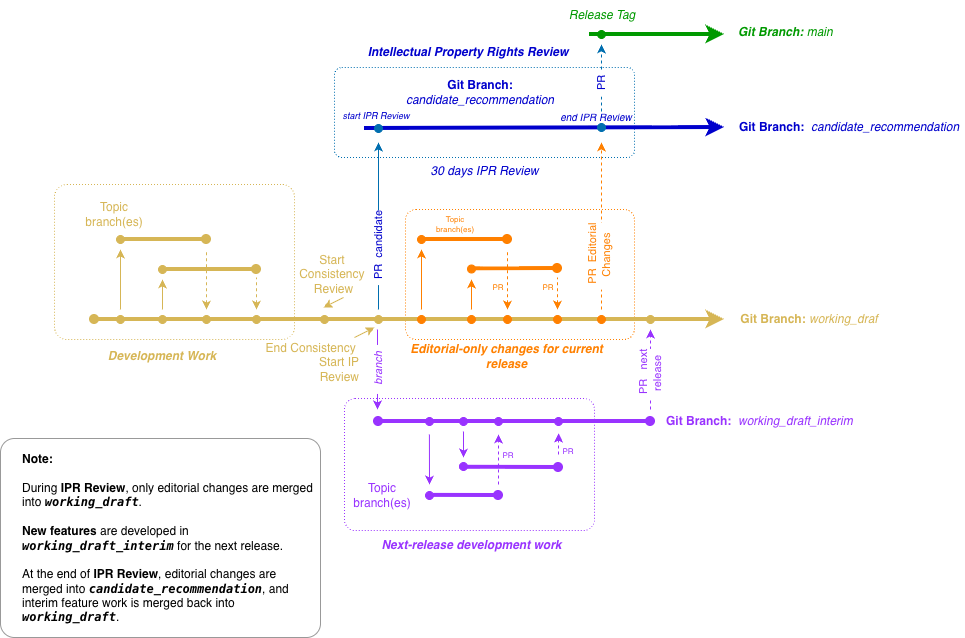
The draw.io diagram images/FOCUS-Process-w3c-git-flow-revision.drawio.png in FinOps-Open-Cost-and-Usage-Spec/foundation, before a commit. Source tidied: cells renumbered, new cells last; positions are measured from the earlier drawing's top-left corner, leaving out a move shared by most shapes.
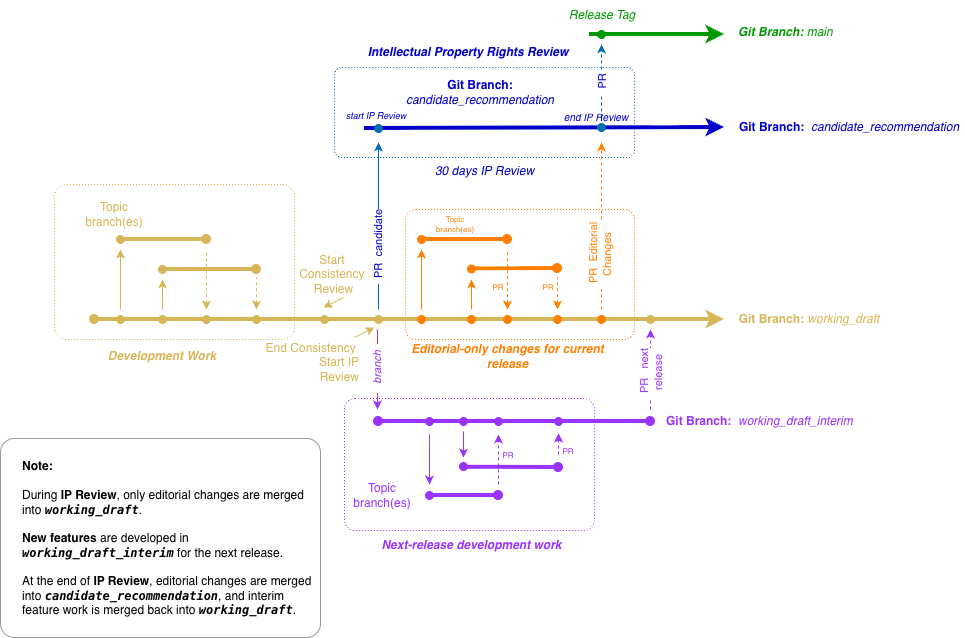
The same diagram one commit later.

Commit message:
updates to IP Review and diagram

Diff of the diagram source:
```diff
@@ -29,7 +29,7 @@
         <mxPoint x="724" y="127" as="targetPoint" />
       </mxGeometry>
     </mxCell>
-    <mxCell id="9" value="&lt;div&gt;&lt;b&gt;Git Branch:&amp;nbsp;&lt;/b&gt;&lt;i style=&quot;background-color: transparent; color: light-dark(rgb(214, 182, 86), rgb(109, 81, 0));&quot;&gt;working_draf&lt;/i&gt;&lt;/div&gt;" style="text;html=1;strokeColor=none;fillColor=none;align=center;verticalAlign=middle;whiteSpace=wrap;rounded=0;fontColor=#D6B656;" parent="1" vertex="1">
+    <mxCell id="9" value="&lt;div&gt;&lt;b&gt;Git Branch:&amp;nbsp;&lt;/b&gt;&lt;i style=&quot;background-color: transparent; color: light-dark(rgb(214, 182, 86), rgb(109, 81, 0));&quot;&gt;working_draft&lt;/i&gt;&lt;/div&gt;" style="text;html=1;strokeColor=none;fillColor=none;align=center;verticalAlign=middle;whiteSpace=wrap;rounded=0;fontColor=#D6B656;" parent="1" vertex="1">
       <mxGeometry x="734" y="304" width="150" height="30" as="geometry" />
     </mxCell>
     <mxCell id="10" value="&lt;b&gt;Git Branch:&lt;br&gt;&lt;/b&gt;&lt;i&gt;candidate_recommendation&lt;/i&gt;" style="text;html=1;strokeColor=none;fillColor=none;align=center;verticalAlign=middle;whiteSpace=wrap;rounded=0;fontColor=#0000CC;" parent="1" vertex="1">
@@ -105,13 +105,13 @@
         <mxPoint x="256" y="277" as="targetPoint" />
       </mxGeometry>
     </mxCell>
-    <mxCell id="26" value="start IPR Review" style="text;html=1;whiteSpace=wrap;strokeColor=none;fillColor=none;align=center;verticalAlign=middle;rounded=0;fontStyle=2;fontColor=#0000CC;fontSize=9;" parent="1" vertex="1">
+    <mxCell id="26" value="start IP Review" style="text;html=1;whiteSpace=wrap;strokeColor=none;fillColor=none;align=center;verticalAlign=middle;rounded=0;fontStyle=2;fontColor=#0000CC;fontSize=9;" parent="1" vertex="1">
       <mxGeometry x="328" y="101" width="96" height="30" as="geometry" />
     </mxCell>
-    <mxCell id="27" value="end IPR Review" style="text;html=1;whiteSpace=wrap;strokeColor=none;fillColor=none;align=center;verticalAlign=middle;rounded=0;fontStyle=2;fontColor=#0000CC;fontSize=10;" parent="1" vertex="1">
+    <mxCell id="27" value="end IP Review" style="text;html=1;whiteSpace=wrap;strokeColor=none;fillColor=none;align=center;verticalAlign=middle;rounded=0;fontStyle=2;fontColor=#0000CC;fontSize=10;" parent="1" vertex="1">
       <mxGeometry x="546" y="101" width="100" height="30" as="geometry" />
     </mxCell>
-    <mxCell id="28" value="30 days IPR Review" style="text;html=1;whiteSpace=wrap;strokeColor=none;fillColor=none;align=center;verticalAlign=middle;rounded=0;fontStyle=2;fontColor=#0000CC;" parent="1" vertex="1">
+    <mxCell id="28" value="30 days IP Review" style="text;html=1;whiteSpace=wrap;strokeColor=none;fillColor=none;align=center;verticalAlign=middle;rounded=0;fontStyle=2;fontColor=#0000CC;" parent="1" vertex="1">
       <mxGeometry x="425.5" y="156" width="117" height="30" as="geometry" />
     </mxCell>
     <mxCell id="29" style="endArrow=classic;html=1;rounded=0;endFill=1;strokeColor=#006EAF;fontColor=#0000CC;" parent="1" edge="1">
@@ -355,7 +355,7 @@
         <mxPoint x="323" y="307" as="targetPoint" />
       </mxGeometry>
     </mxCell>
-    <mxCell id="88" value="&lt;div&gt;&lt;b&gt;Note:&lt;/b&gt;&lt;/div&gt;&lt;div&gt;&lt;br&gt;&lt;/div&gt;&lt;div&gt;During &lt;b&gt;IPR Review&lt;/b&gt;, only editorial changes are merged into &lt;code&gt;&lt;b&gt;&lt;i&gt;working_draft&lt;/i&gt;&lt;/b&gt;&lt;/code&gt;.&lt;br&gt;&lt;br&gt;&lt;b&gt;New features&lt;/b&gt; are developed in &lt;b&gt;&lt;i&gt;&lt;code&gt;working_draft_interim&lt;/code&gt; &lt;/i&gt;&lt;/b&gt;for the next release.&lt;br&gt;&lt;br&gt;At the end of &lt;b&gt;IPR Review&lt;/b&gt;, editorial changes are merged into &lt;code&gt;&lt;b&gt;&lt;i&gt;candidate_recommendation&lt;/i&gt;&lt;/b&gt;&lt;/code&gt;, and interim feature work is merged back into &lt;code&gt;&lt;b&gt;&lt;i&gt;working_draft&lt;/i&gt;&lt;/b&gt;&lt;/code&gt;.&lt;/div&gt;" style="text;html=1;whiteSpace=wrap;strokeColor=none;fillColor=none;align=left;verticalAlign=middle;rounded=0;fontSize=12;labelBorderColor=none;" parent="1" vertex="1">
+    <mxCell id="88" value="&lt;div&gt;&lt;b&gt;Note:&lt;/b&gt;&lt;/div&gt;&lt;div&gt;&lt;br&gt;&lt;/div&gt;&lt;div&gt;During &lt;b&gt;IP Review&lt;/b&gt;, only editorial changes are merged into &lt;code&gt;&lt;b&gt;&lt;i&gt;working_draft&lt;/i&gt;&lt;/b&gt;&lt;/code&gt;.&lt;br&gt;&lt;br&gt;&lt;b&gt;New features&lt;/b&gt; are developed in &lt;b&gt;&lt;i&gt;&lt;code&gt;working_draft_interim&lt;/code&gt; &lt;/i&gt;&lt;/b&gt;for the next release.&lt;br&gt;&lt;br&gt;At the end of &lt;b&gt;IP Review&lt;/b&gt;, editorial changes are merged into &lt;code&gt;&lt;b&gt;&lt;i&gt;candidate_recommendation&lt;/i&gt;&lt;/b&gt;&lt;/code&gt;, and interim feature work is merged back into &lt;code&gt;&lt;b&gt;&lt;i&gt;working_draft&lt;/i&gt;&lt;/b&gt;&lt;/code&gt;.&lt;/div&gt;" style="text;html=1;whiteSpace=wrap;strokeColor=none;fillColor=none;align=left;verticalAlign=middle;rounded=0;fontSize=12;labelBorderColor=none;" parent="1" vertex="1">
       <mxGeometry x="20" y="450" width="300" height="175" as="geometry" />
     </mxCell>
   </root>
```
